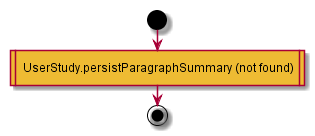
MaxXx1313/testwiki keeps this PlantUML diagram as test2/diagrams/UserStudy.POST.persistParagraphSummary.png. Above is the earlier version.
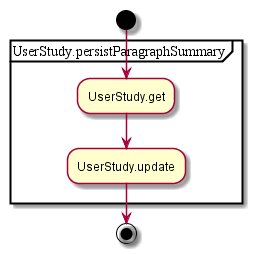
The same file after the commit.

What changed in the source:
```diff
@@ -1,5 +1,8 @@
 @startuml
 start
-#eebb33: UserStudy.persistParagraphSummary (not found)|
+partition UserStudy.persistParagraphSummary {
+:UserStudy.get;
+:UserStudy.update;
+}
 end
 @enduml
```
